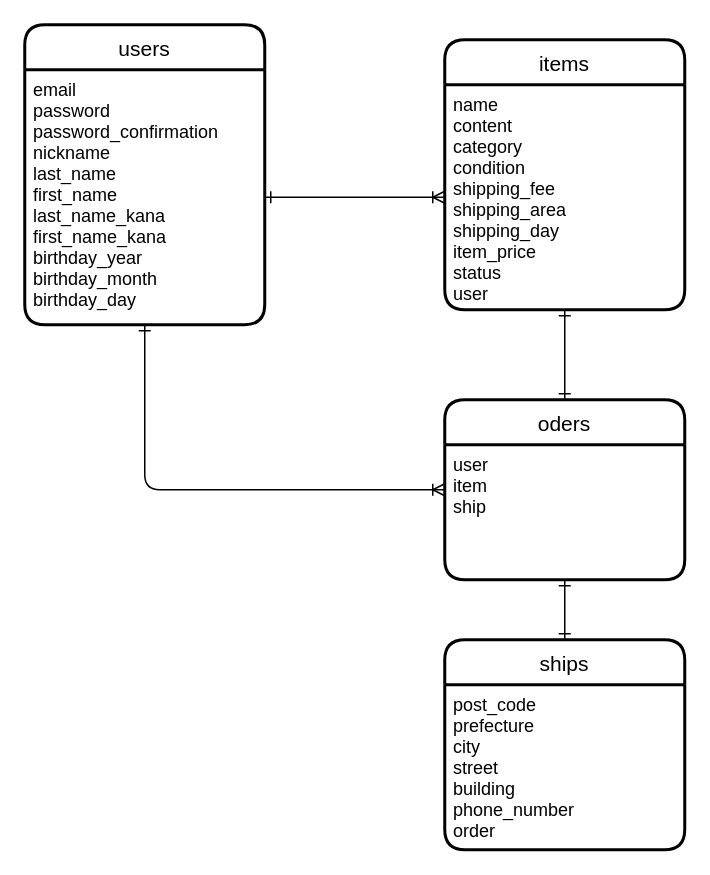
Before: er.dio in likapantrip/furima-41468, a draw.io diagram. Source tidied: cells renumbered, new cells numbered last; positions are measured from the earlier drawing's top-left corner, leaving out a move shared by most shapes. Both pictures are drawn from the tidied source at 150%, with x=0, y=0 at pixel (24, 24).
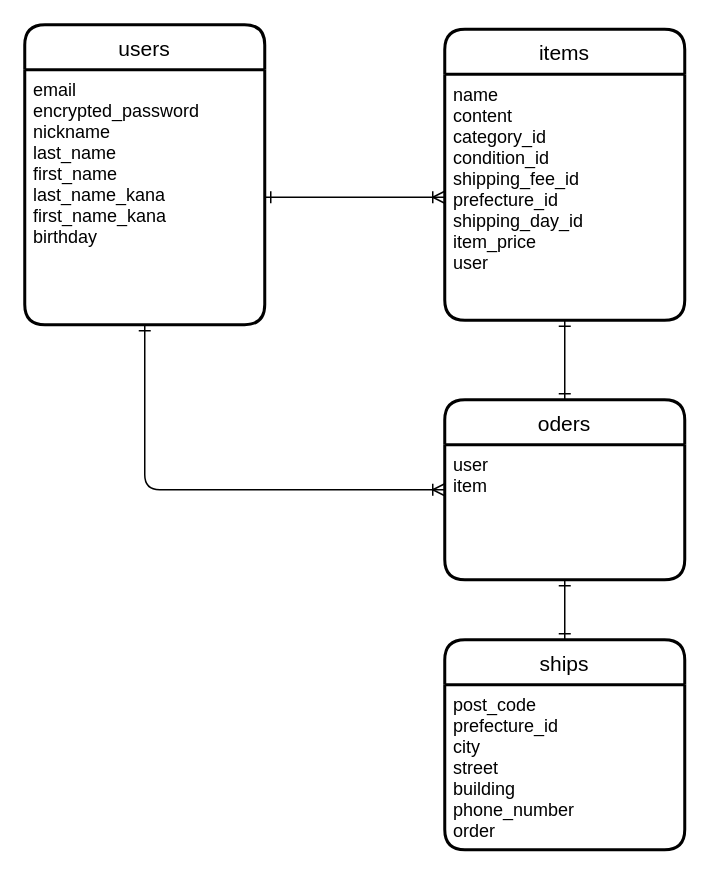
Above is the later version.

Commit message (it also covers changes not shown here):
ER図・DB設計の修正

指摘いただいた8点の修正を実施
・ER図(er.dio)
・DB設計(README.md)

Change to the diagram source:
```diff
@@
 <mxGraphModel background="#FFFFFF">
   <root>
     <mxCell id="0" />
     <mxCell id="1" parent="0" />
     <mxCell id="2" value="users" style="swimlane;horizontal=1;startSize=30;rounded=1;fontSize=14;fontStyle=0;strokeWidth=2;shadow=0;dashed=0;align=center;" parent="1" vertex="1">
       <mxGeometry width="160" height="200" as="geometry" />
     </mxCell>
-    <mxCell id="3" value="email&#10;password&#10;password_confirmation&#10;nickname&#10;last_name&#10;first_name&#10;last_name_kana&#10;first_name_kana&#10;birthday_year&#10;birthday_month&#10;birthday_day" style="align=left;strokeColor=none;fillColor=none;spacingLeft=4;fontSize=12;verticalAlign=top;" parent="2" vertex="1">
+    <mxCell id="3" value="email&#10;encrypted_password&#10;nickname&#10;last_name&#10;first_name&#10;last_name_kana&#10;first_name_kana&#10;birthday" style="align=left;strokeColor=none;fillColor=none;spacingLeft=4;fontSize=12;verticalAlign=top;" parent="2" vertex="1">
       <mxGeometry y="30" width="160" height="170" as="geometry" />
     </mxCell>
     <mxCell id="4" value="items" style="swimlane;horizontal=1;startSize=30;rounded=1;fontSize=14;fontStyle=0;strokeWidth=2;shadow=0;dashed=0;align=center;" parent="1" vertex="1">
-      <mxGeometry x="280" y="10" width="160" height="180" as="geometry" />
+      <mxGeometry x="280" y="3" width="160" height="194" as="geometry" />
     </mxCell>
-    <mxCell id="5" value="name&#10;content&#10;category&#10;condition&#10;shipping_fee&#10;shipping_area&#10;shipping_day&#10;item_price&#10;status&#10;user" style="align=left;strokeColor=none;fillColor=none;spacingLeft=4;fontSize=12;verticalAlign=top;" parent="4" vertex="1">
-      <mxGeometry y="30" width="160" height="150" as="geometry" />
+    <mxCell id="5" value="name&#10;content&#10;category_id&#10;condition_id&#10;shipping_fee_id&#10;prefecture_id&#10;shipping_day_id&#10;item_price&#10;user" style="align=left;strokeColor=none;fillColor=none;spacingLeft=4;fontSize=12;verticalAlign=top;" parent="4" vertex="1">
+      <mxGeometry y="30" width="160" height="164" as="geometry" />
     </mxCell>
     <mxCell id="6" style="edgeStyle=none;html=1;exitX=1;exitY=0.5;exitDx=0;exitDy=0;entryX=0;entryY=0.5;entryDx=0;entryDy=0;endArrow=ERoneToMany;endFill=0;startArrow=ERone;startFill=0;" parent="1" edge="1" source="3" target="5">
       <mxGeometry relative="1" as="geometry" />
     </mxCell>
     <mxCell id="7" value="oders" style="swimlane;horizontal=1;startSize=30;rounded=1;fontSize=14;fontStyle=0;strokeWidth=2;shadow=0;dashed=0;align=center;" parent="1" vertex="1">
       <mxGeometry x="280" y="250" width="160" height="120" as="geometry" />
     </mxCell>
-    <mxCell id="8" value="user&#10;item&#10;ship" style="align=left;strokeColor=none;fillColor=none;spacingLeft=4;fontSize=12;verticalAlign=top;" parent="7" vertex="1">
+    <mxCell id="8" value="user&#10;item" style="align=left;strokeColor=none;fillColor=none;spacingLeft=4;fontSize=12;verticalAlign=top;" parent="7" vertex="1">
       <mxGeometry y="30" width="160" height="90" as="geometry" />
     </mxCell>
     <mxCell id="9" style="edgeStyle=orthogonalEdgeStyle;html=1;exitX=0.5;exitY=1;exitDx=0;exitDy=0;entryX=0;entryY=0.5;entryDx=0;entryDy=0;endArrow=ERoneToMany;endFill=0;startArrow=ERone;startFill=0;" parent="1" edge="1" source="3" target="7">
       <mxGeometry relative="1" as="geometry" />
     </mxCell>
     <mxCell id="10" style="html=1;exitX=0.5;exitY=1;exitDx=0;exitDy=0;entryX=0.5;entryY=0;entryDx=0;entryDy=0;startArrow=ERone;startFill=0;endArrow=ERone;endFill=0;" parent="1" edge="1" source="5" target="7">
       <mxGeometry relative="1" as="geometry" />
     </mxCell>
     <mxCell id="11" value="ships" style="swimlane;horizontal=1;startSize=30;rounded=1;fontSize=14;fontStyle=0;strokeWidth=2;shadow=0;dashed=0;align=center;" parent="1" vertex="1">
       <mxGeometry x="280" y="410" width="160" height="140" as="geometry" />
     </mxCell>
-    <mxCell id="12" value="post_code&#10;prefecture&#10;city&#10;street&#10;building&#10;phone_number&#10;order" style="align=left;strokeColor=none;fillColor=none;spacingLeft=4;fontSize=12;verticalAlign=top;" parent="11" vertex="1">
+    <mxCell id="12" value="post_code&#10;prefecture_id&#10;city&#10;street&#10;building&#10;phone_number&#10;order" style="align=left;strokeColor=none;fillColor=none;spacingLeft=4;fontSize=12;verticalAlign=top;" parent="11" vertex="1">
       <mxGeometry y="30" width="160" height="110" as="geometry" />
     </mxCell>
     <mxCell id="13" style="html=1;entryX=0.5;entryY=0;entryDx=0;entryDy=0;startArrow=ERone;startFill=0;endArrow=ERone;endFill=0;" parent="1" edge="1" target="11">
       <mxGeometry relative="1" as="geometry">
         <mxPoint x="360" y="370" as="sourcePoint" />
       </mxGeometry>
     </mxCell>
   </root>
 </mxGraphModel>
```
